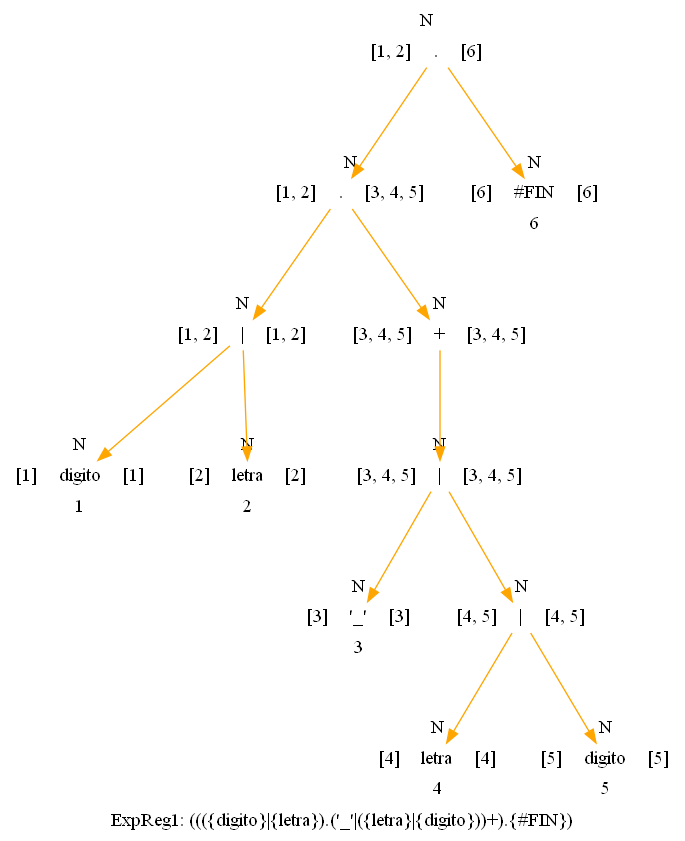
Earlier version of the Graphviz export ARBOLES_202004765/Arbol_ExpReg1.png (PikaGuty/OLC1_Proyecto1_202004765). Its source is kept beside it as ARBOLES_202004765/Arbol_ExpReg1.dot.
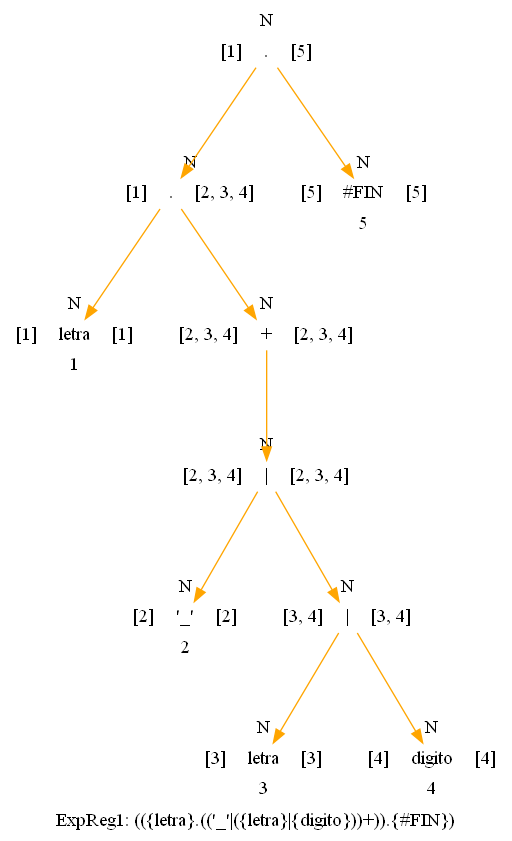
Later version of the same file.

Diff of the diagram source:
```diff
@@ -1,27 +1,23 @@
 digraph structs {
     node [shape=record];
-    label = "ExpReg1: ((({digito}|{letra}).('_'|({letra}|{digito}))+).{#FIN})";
-    Nodo12 [label="{ N |{[1, 2]|<here> . |[6]}| }" color="white"];
-    Nodo10 [label="{ N |{[1, 2]|<here> . |[3, 4, 5]}| }" color="white"];
-    Nodo3 [label="{ N |{[1, 2]|<here> \| |[1, 2]}| }" color="white"];
-    Nodo1 [label="{ N |{[1]|<here> digito |[1]}| 1}" color="white"];
-    Nodo2 [label="{ N |{[2]|<here> letra |[2]}| 2}" color="white"];
-    Nodo9 [label="{ N |{[3, 4, 5]|<here> + |[3, 4, 5]}| }" color="white"];
-    Nodo8 [label="{ N |{[3, 4, 5]|<here> \| |[3, 4, 5]}| }" color="white"];
-    Nodo4 [label="{ N |{[3]|<here> '_' |[3]}| 3}" color="white"];
-    Nodo7 [label="{ N |{[4, 5]|<here> \| |[4, 5]}| }" color="white"];
-    Nodo5 [label="{ N |{[4]|<here> letra |[4]}| 4}" color="white"];
-    Nodo6 [label="{ N |{[5]|<here> digito |[5]}| 5}" color="white"];
-    Nodo11 [label="{ N |{[6]|<here> #FIN |[6]}| 6}" color="white"];
-    Nodo12:here -> Nodo10:here [color="orange"];
-    Nodo12:here -> Nodo11:here [color="orange"];
-    Nodo10:here -> Nodo3:here [color="orange"];
+    label = "ExpReg1: (({letra}.(('_'|({letra}|{digito}))+)).{#FIN})";
+    Nodo10 [label="{ N |{[1]|<here> . |[5]}| }" color="white"];
+    Nodo8 [label="{ N |{[1]|<here> . |[2, 3, 4]}| }" color="white"];
+    Nodo1 [label="{ N |{[1]|<here> letra |[1]}| 1}" color="white"];
+    Nodo7 [label="{ N |{[2, 3, 4]|<here> + |[2, 3, 4]}| }" color="white"];
+    Nodo6 [label="{ N |{[2, 3, 4]|<here> \| |[2, 3, 4]}| }" color="white"];
+    Nodo2 [label="{ N |{[2]|<here> '_' |[2]}| 2}" color="white"];
+    Nodo5 [label="{ N |{[3, 4]|<here> \| |[3, 4]}| }" color="white"];
+    Nodo3 [label="{ N |{[3]|<here> letra |[3]}| 3}" color="white"];
+    Nodo4 [label="{ N |{[4]|<here> digito |[4]}| 4}" color="white"];
+    Nodo9 [label="{ N |{[5]|<here> #FIN |[5]}| 5}" color="white"];
+    Nodo10:here -> Nodo8:here [color="orange"];
     Nodo10:here -> Nodo9:here [color="orange"];
-    Nodo3:here -> Nodo1:here [color="orange"];
-    Nodo3:here -> Nodo2:here [color="orange"];
-    Nodo9:here -> Nodo8:here [color="orange"];
-    Nodo8:here -> Nodo4:here [color="orange"];
+    Nodo8:here -> Nodo1:here [color="orange"];
     Nodo8:here -> Nodo7:here [color="orange"];
-    Nodo7:here -> Nodo5:here [color="orange"];
     Nodo7:here -> Nodo6:here [color="orange"];
+    Nodo6:here -> Nodo2:here [color="orange"];
+    Nodo6:here -> Nodo5:here [color="orange"];
+    Nodo5:here -> Nodo3:here [color="orange"];
+    Nodo5:here -> Nodo4:here [color="orange"];
 }
```
